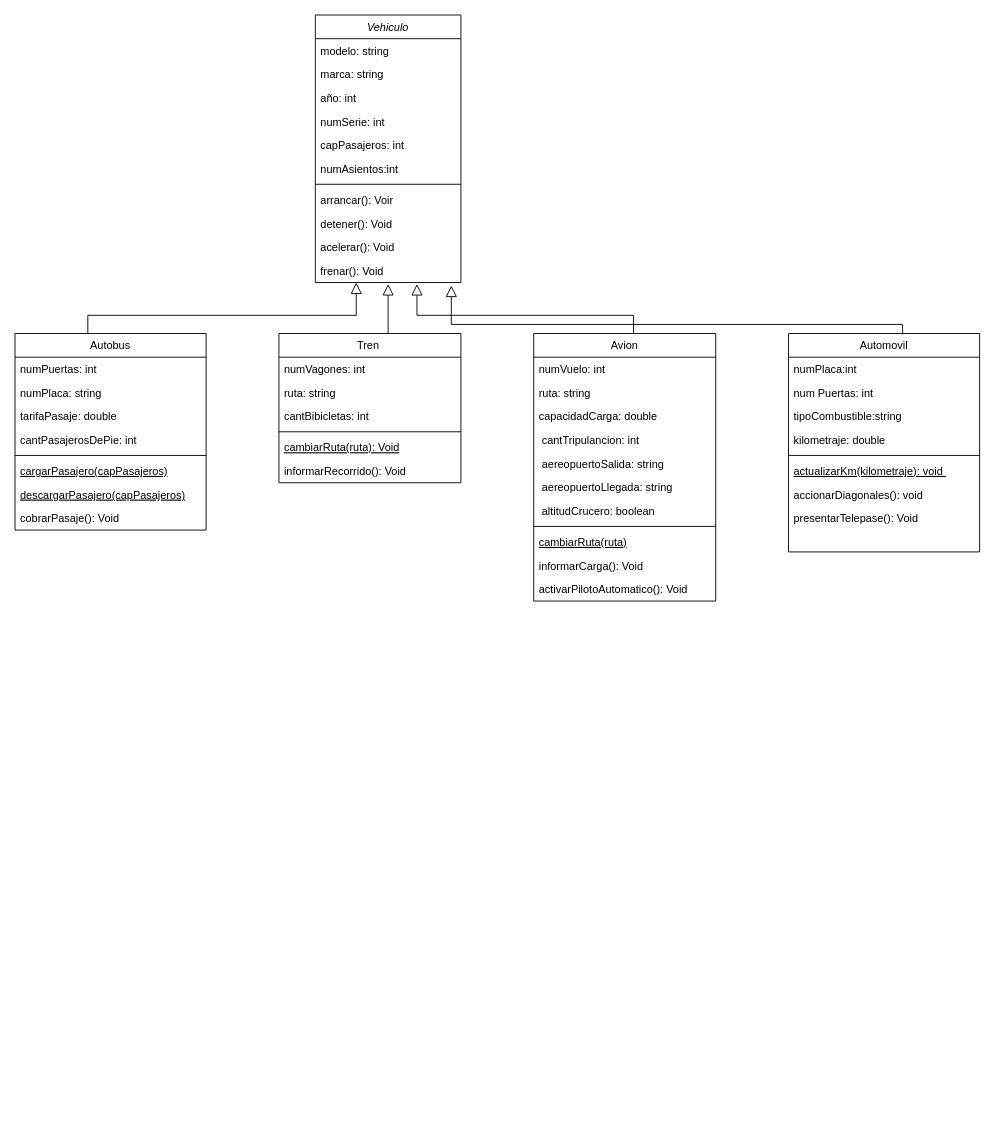
The draw.io diagram Diagrama sin título.drawio in diroco1964/diagramaClases, before the edit. Source tidied: cells renumbered, new cells numbered last; positions are measured from the earlier drawing's top-left corner, leaving out a move shared by most shapes. Both pictures are drawn from the tidied source at 91%, with x=0, y=0 at pixel (15, 15).
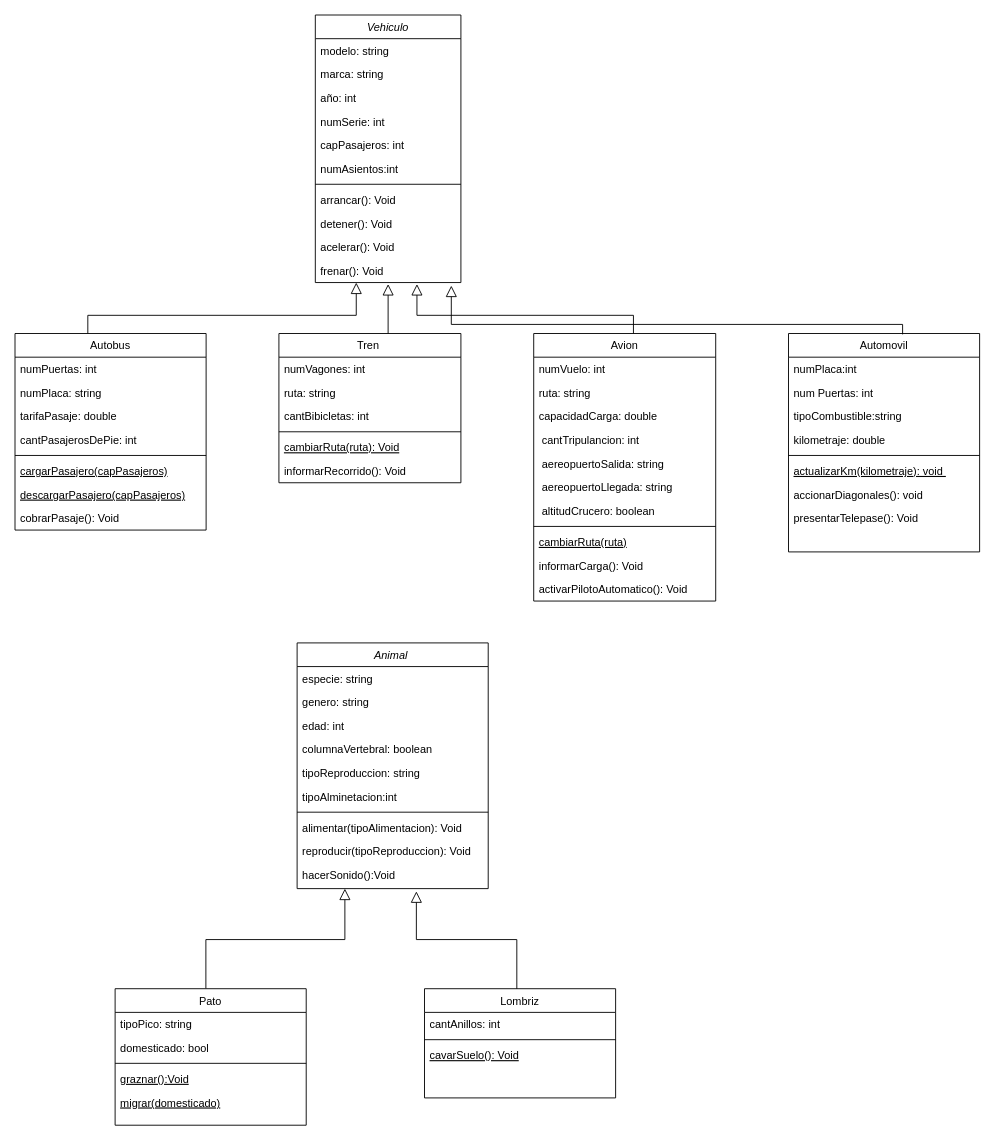
Above is the later version.

Unchanged cells that the change refers to:
```xml
<mxCell id="2" value="Vehiculo" style="swimlane;fontStyle=2;align=center;verticalAlign=top;horizontal=1;startSize=26;rounded=0;shadow=0;strokeWidth=1;" parent="1" vertex="1">
  <mxGeometry x="330" width="160" height="294" as="geometry" />
</mxCell>
```

The edit, as a diff of the source:
```diff
@@
-    <mxCell id="10" value="arrancar(): Voir" style="text;align=left;verticalAlign=top;spacingLeft=4;spacingRight=4;overflow=hidden;" parent="2" vertex="1">
+    <mxCell id="10" value="arrancar(): Void" style="text;align=left;verticalAlign=top;spacingLeft=4;spacingRight=4;overflow=hidden;" parent="2" vertex="1">
       <mxGeometry y="190" width="160" height="26" as="geometry" />
     </mxCell>
@@
+    <mxCell id="55" value="Animal " style="swimlane;fontStyle=2;align=center;verticalAlign=top;horizontal=1;startSize=26;rounded=0;shadow=0;strokeWidth=1;" parent="1" vertex="1">
+      <mxGeometry x="310" y="690" width="210" height="270" as="geometry" />
+    </mxCell>
+    <mxCell id="56" value="especie: string" style="text;align=left;verticalAlign=top;spacingLeft=4;spacingRight=4;overflow=hidden;" parent="55" vertex="1">
+      <mxGeometry y="26" width="210" height="26" as="geometry" />
+    </mxCell>
+    <mxCell id="57" value="genero: string" style="text;align=left;verticalAlign=top;spacingLeft=4;spacingRight=4;overflow=hidden;" parent="55" vertex="1">
+      <mxGeometry y="52" width="210" height="26" as="geometry" />
+    </mxCell>
+    <mxCell id="58" value="edad: int" style="text;align=left;verticalAlign=top;spacingLeft=4;spacingRight=4;overflow=hidden;" parent="55" vertex="1">
+      <mxGeometry y="78" width="210" height="26" as="geometry" />
+    </mxCell>
+    <mxCell id="59" value="columnaVertebral: boolean" style="text;align=left;verticalAlign=top;spacingLeft=4;spacingRight=4;overflow=hidden;" parent="55" vertex="1">
+      <mxGeometry y="104" width="210" height="26" as="geometry" />
+    </mxCell>
+    <mxCell id="60" value="tipoReproduccion: string" style="text;align=left;verticalAlign=top;spacingLeft=4;spacingRight=4;overflow=hidden;rounded=0;shadow=0;html=0;" parent="55" vertex="1">
+      <mxGeometry y="130" width="210" height="26" as="geometry" />
+    </mxCell>
+    <mxCell id="61" value="tipoAlminetacion:int" style="text;align=left;verticalAlign=top;spacingLeft=4;spacingRight=4;overflow=hidden;rounded=0;shadow=0;html=0;" parent="55" vertex="1">
+      <mxGeometry y="156" width="210" height="26" as="geometry" />
+    </mxCell>
+    <mxCell id="62" style="line;html=1;strokeWidth=1;align=left;verticalAlign=middle;spacingTop=-1;spacingLeft=3;spacingRight=3;labelPosition=right;" parent="55" vertex="1">
+      <mxGeometry y="182" width="210" height="8" as="geometry" />
+    </mxCell>
+    <mxCell id="63" value="alimentar(tipoAlimentacion): Void" style="text;align=left;verticalAlign=top;spacingLeft=4;spacingRight=4;overflow=hidden;" parent="55" vertex="1">
+      <mxGeometry y="190" width="210" height="26" as="geometry" />
+    </mxCell>
+    <mxCell id="64" value="reproducir(tipoReproduccion): Void" style="text;align=left;verticalAlign=top;spacingLeft=4;spacingRight=4;overflow=hidden;" parent="55" vertex="1">
+      <mxGeometry y="216" width="210" height="26" as="geometry" />
+    </mxCell>
+    <mxCell id="65" value="hacerSonido():Void" style="text;align=left;verticalAlign=top;spacingLeft=4;spacingRight=4;overflow=hidden;points=[[0,0.5],[1,0.5]];portConstraint=eastwest;" parent="55" vertex="1">
+      <mxGeometry y="242" width="210" height="26" as="geometry" />
+    </mxCell>
+    <mxCell id="66" style="endArrow=block;endSize=10;endFill=0;shadow=0;strokeWidth=1;rounded=0;curved=0;edgeStyle=elbowEdgeStyle;elbow=vertical;exitX=0.475;exitY=-0.001;exitDx=0;exitDy=0;exitPerimeter=0;entryX=0.25;entryY=1;entryDx=0;entryDy=0;" parent="1" edge="1" source="67" target="55">
+      <mxGeometry relative="1" as="geometry">
+        <Array as="points">
+          <mxPoint x="344" y="1016" />
+        </Array>
+      </mxGeometry>
+    </mxCell>
+    <mxCell id="67" value="Pato" style="swimlane;fontStyle=0;align=center;verticalAlign=top;horizontal=1;startSize=26;rounded=0;shadow=0;strokeWidth=1;" parent="1" vertex="1">
+      <mxGeometry x="110" y="1070" width="210" height="150" as="geometry" />
+    </mxCell>
+    <mxCell id="68" value="tipoPico: string " style="text;align=left;verticalAlign=top;spacingLeft=4;spacingRight=4;overflow=hidden;" parent="67" vertex="1">
+      <mxGeometry y="26" width="210" height="26" as="geometry" />
+    </mxCell>
+    <mxCell id="69" value="domesticado: bool" style="text;align=left;verticalAlign=top;spacingLeft=4;spacingRight=4;overflow=hidden;rounded=0;shadow=0;html=0;" parent="67" vertex="1">
+      <mxGeometry y="52" width="210" height="26" as="geometry" />
+    </mxCell>
+    <mxCell id="70" style="line;html=1;strokeWidth=1;align=left;verticalAlign=middle;spacingTop=-1;spacingLeft=3;spacingRight=3;labelPosition=right;" parent="67" vertex="1">
+      <mxGeometry y="78" width="210" height="8" as="geometry" />
+    </mxCell>
+    <mxCell id="71" value="graznar():Void" style="text;align=left;verticalAlign=top;spacingLeft=4;spacingRight=4;overflow=hidden;fontStyle=4;" parent="67" vertex="1">
+      <mxGeometry y="86" width="210" height="26" as="geometry" />
+    </mxCell>
+    <mxCell id="72" value="migrar(domesticado)" style="text;align=left;verticalAlign=top;spacingLeft=4;spacingRight=4;overflow=hidden;fontStyle=4;" parent="67" vertex="1">
+      <mxGeometry y="112" width="210" height="26" as="geometry" />
+    </mxCell>
+    <mxCell id="73" value="Lombriz" style="swimlane;fontStyle=0;align=center;verticalAlign=top;horizontal=1;startSize=26;rounded=0;shadow=0;strokeWidth=1;" parent="1" vertex="1">
+      <mxGeometry x="450" y="1070" width="210" height="120" as="geometry" />
+    </mxCell>
+    <mxCell id="74" value="cantAnillos: int " style="text;align=left;verticalAlign=top;spacingLeft=4;spacingRight=4;overflow=hidden;" parent="73" vertex="1">
+      <mxGeometry y="26" width="210" height="26" as="geometry" />
+    </mxCell>
+    <mxCell id="75" style="line;html=1;strokeWidth=1;align=left;verticalAlign=middle;spacingTop=-1;spacingLeft=3;spacingRight=3;labelPosition=right;" parent="73" vertex="1">
+      <mxGeometry y="52" width="210" height="8" as="geometry" />
+    </mxCell>
+    <mxCell id="76" value="cavarSuelo(): Void" style="text;align=left;verticalAlign=top;spacingLeft=4;spacingRight=4;overflow=hidden;fontStyle=4;" parent="73" vertex="1">
+      <mxGeometry y="60" width="210" height="26" as="geometry" />
+    </mxCell>
+    <mxCell id="77" style="endArrow=block;endSize=10;endFill=0;shadow=0;strokeWidth=1;rounded=0;curved=0;edgeStyle=elbowEdgeStyle;elbow=vertical;exitX=0.483;exitY=0.001;exitDx=0;exitDy=0;exitPerimeter=0;entryX=0.624;entryY=1.192;entryDx=0;entryDy=0;entryPerimeter=0;" parent="1" edge="1" source="73" target="65">
+      <mxGeometry relative="1" as="geometry">
+        <Array as="points">
+          <mxPoint x="424" y="1016" />
+        </Array>
+      </mxGeometry>
+    </mxCell>
```
